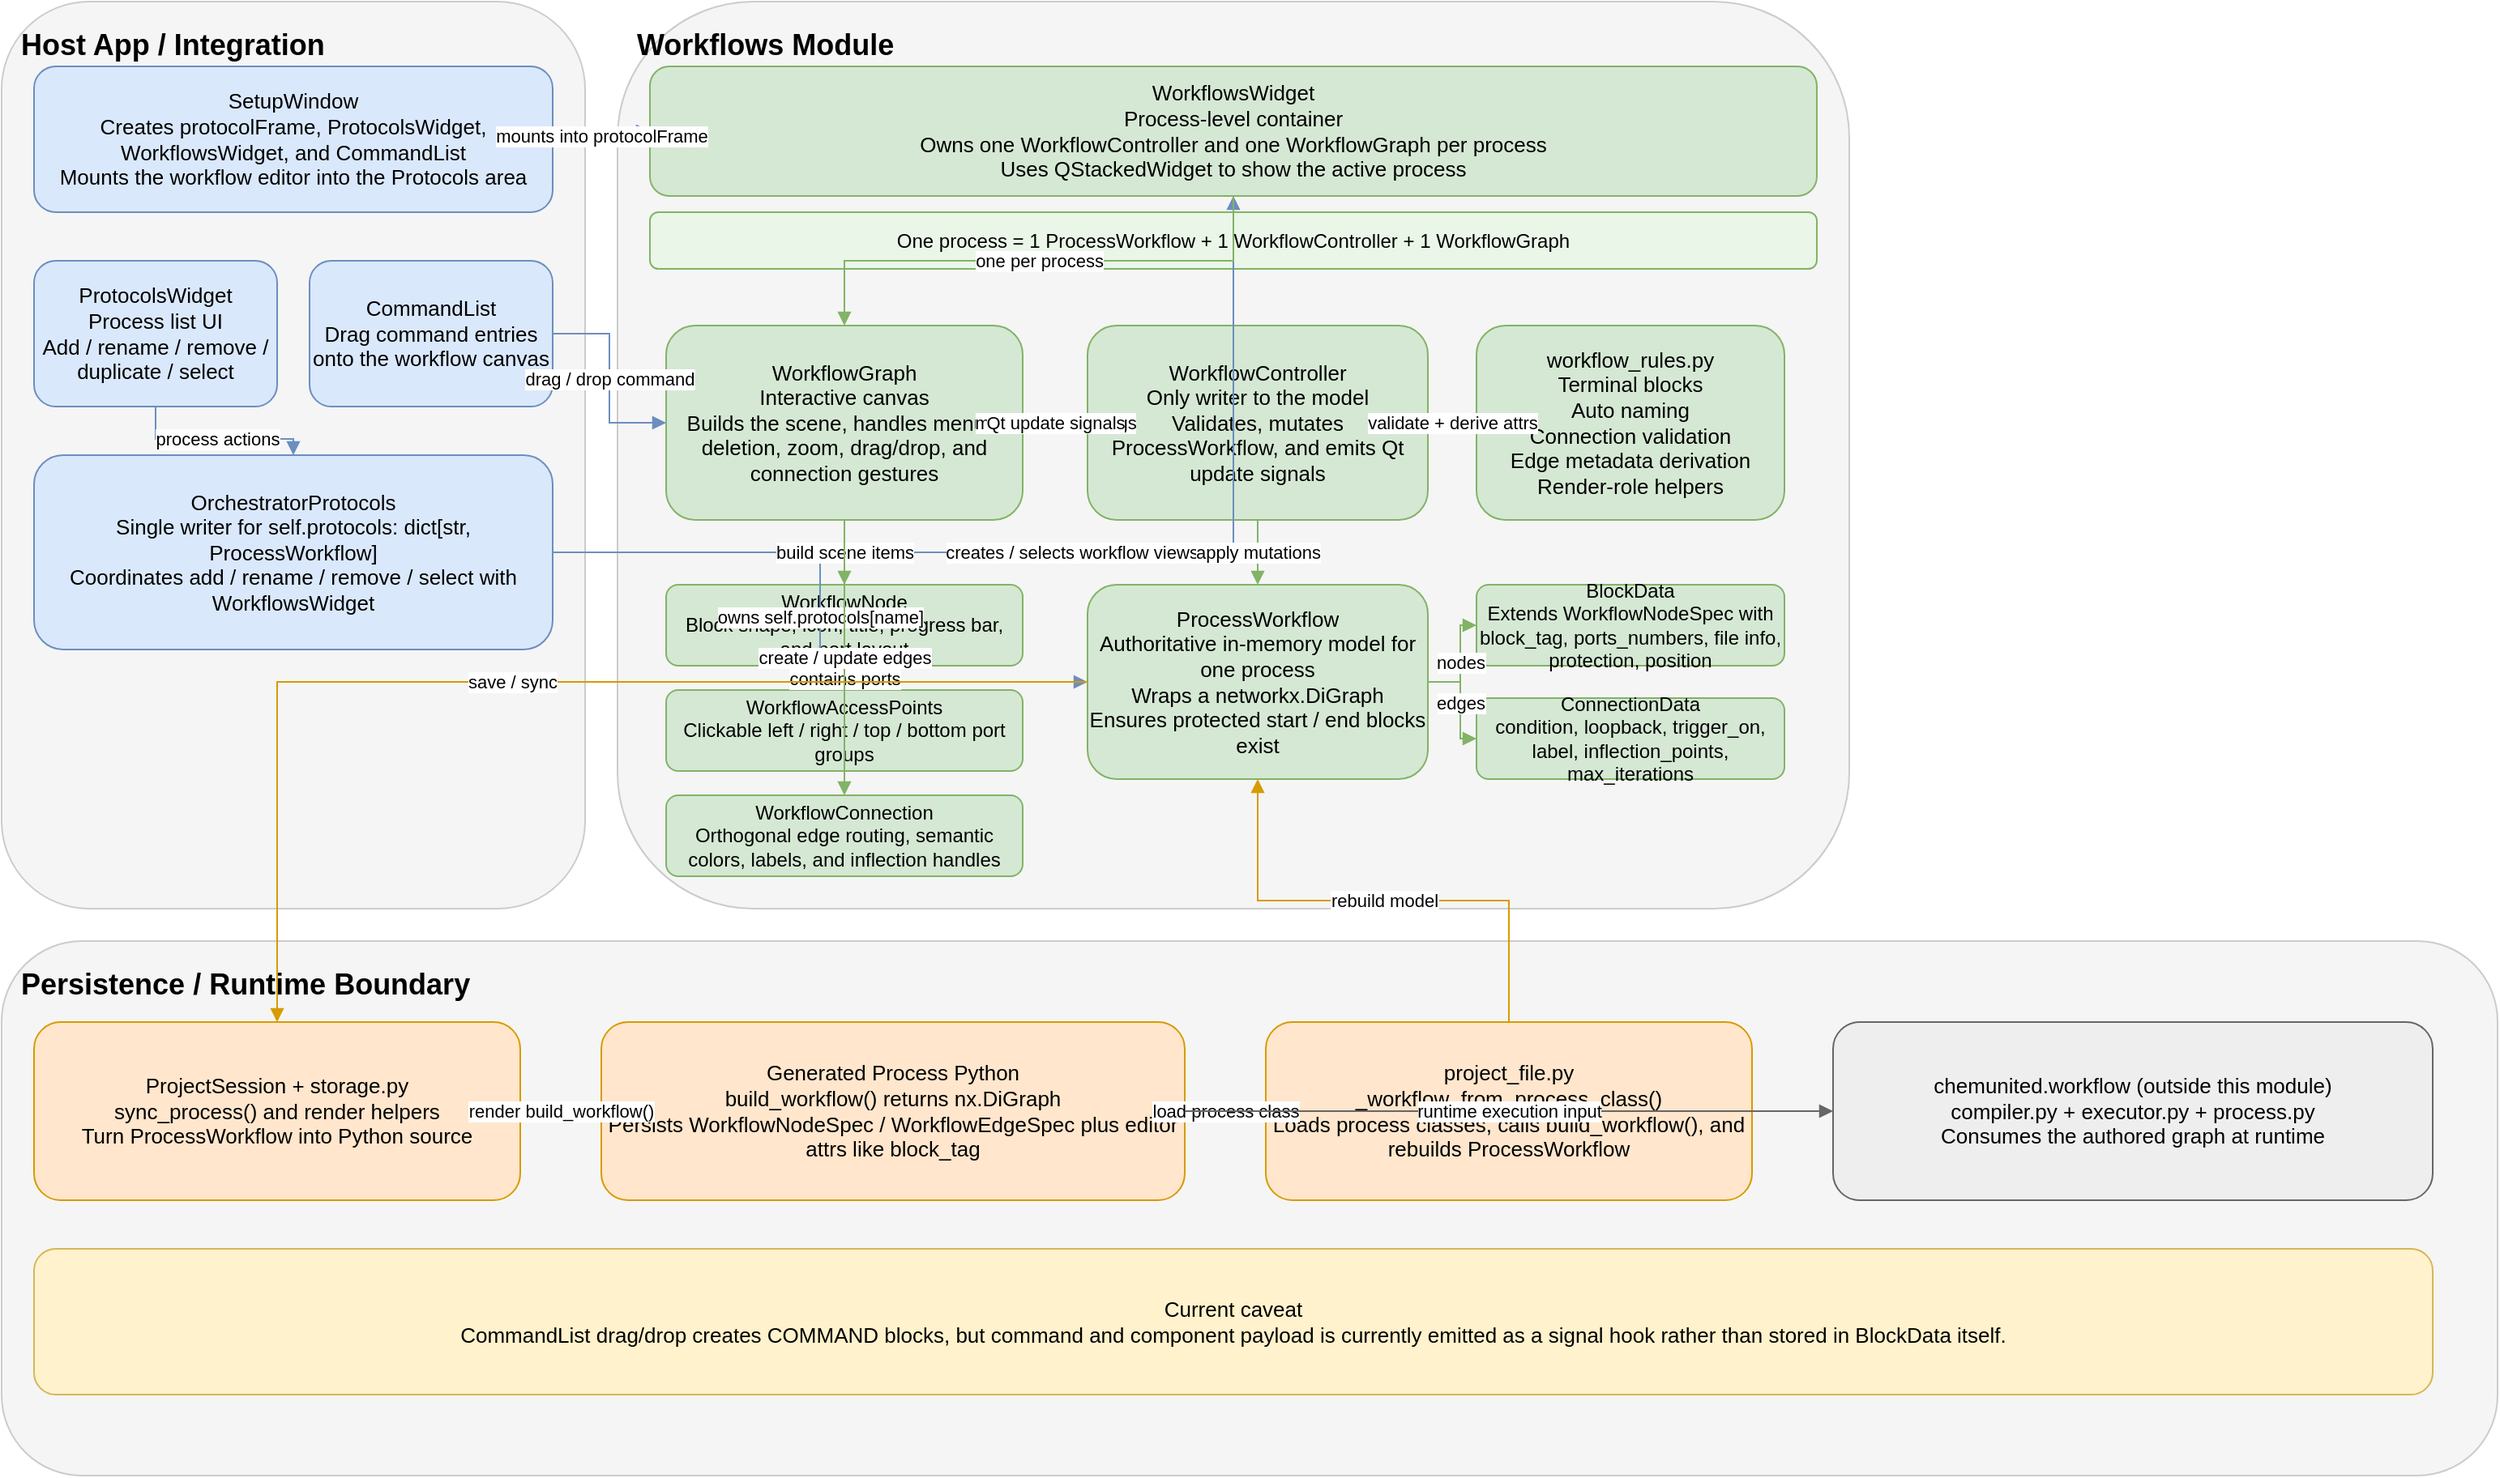
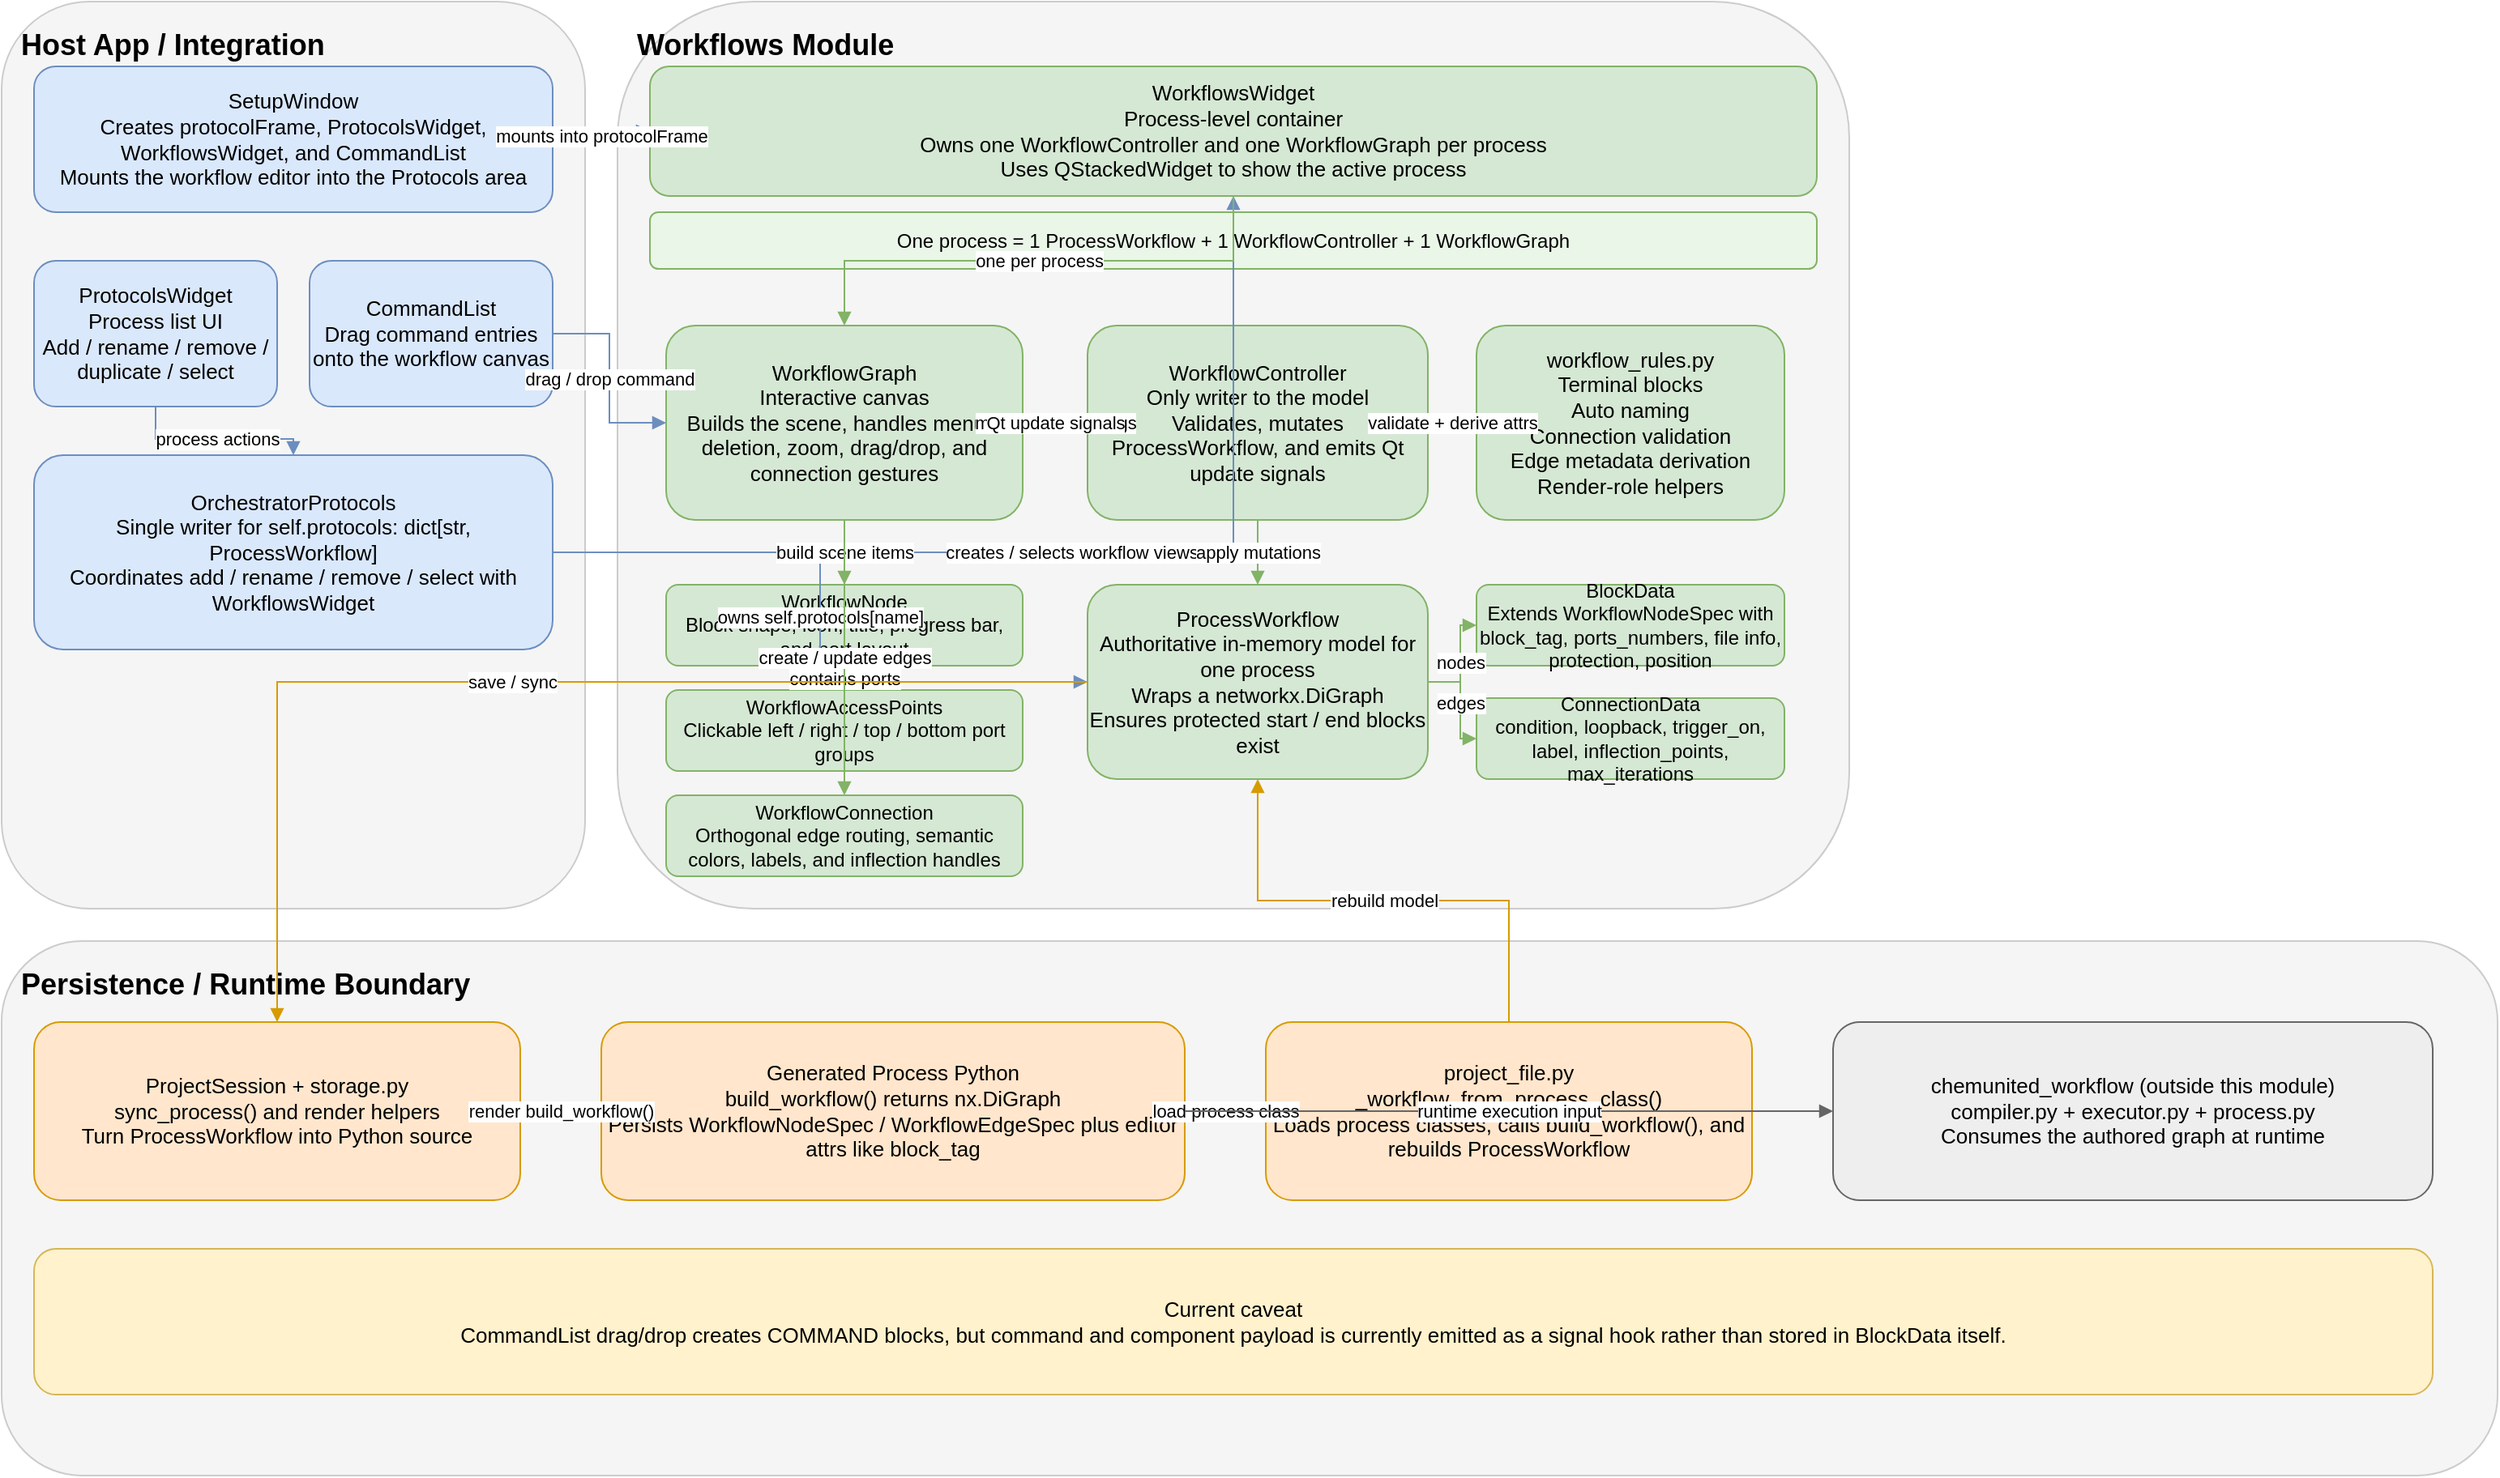
<mxfile host="app.diagrams.net" modified="2026-04-23T12:00:00.000Z" agent="Codex" version="24.7.17">
  <diagram id="workflow-architecture" name="Workflow Architecture">
    <mxGraphModel dx="1600" dy="1000" grid="1" gridSize="10" guides="1" tooltips="1" connect="1" arrows="1" fold="1" page="1" pageScale="1" pageWidth="1600" pageHeight="1000" math="0" shadow="0">
      <root>
        <mxCell id="0" />
        <mxCell id="1" parent="0" />

        <mxCell id="10" value="Host App / Integration" style="rounded=1;whiteSpace=wrap;html=1;fillColor=#f5f5f5;strokeColor=#cccccc;fontStyle=1;fontSize=18;align=left;verticalAlign=top;spacing=12;" vertex="1" parent="1">
          <mxGeometry x="20" y="20" width="360" height="560" as="geometry" />
        </mxCell>
        <mxCell id="11" value="SetupWindow&#xa;Creates protocolFrame, ProtocolsWidget, WorkflowsWidget, and CommandList&#xa;Mounts the workflow editor into the Protocols area" style="rounded=1;whiteSpace=wrap;html=1;fillColor=#dae8fc;strokeColor=#6c8ebf;fontSize=13;" vertex="1" parent="1">
          <mxGeometry x="40" y="60" width="320" height="90" as="geometry" />
        </mxCell>
        <mxCell id="12" value="ProtocolsWidget&#xa;Process list UI&#xa;Add / rename / remove / duplicate / select" style="rounded=1;whiteSpace=wrap;html=1;fillColor=#dae8fc;strokeColor=#6c8ebf;fontSize=13;" vertex="1" parent="1">
          <mxGeometry x="40" y="180" width="150" height="90" as="geometry" />
        </mxCell>
        <mxCell id="13" value="CommandList&#xa;Drag command entries onto the workflow canvas" style="rounded=1;whiteSpace=wrap;html=1;fillColor=#dae8fc;strokeColor=#6c8ebf;fontSize=13;" vertex="1" parent="1">
          <mxGeometry x="210" y="180" width="150" height="90" as="geometry" />
        </mxCell>
        <mxCell id="14" value="OrchestratorProtocols&#xa;Single writer for self.protocols: dict[str, ProcessWorkflow]&#xa;Coordinates add / rename / remove / select with WorkflowsWidget" style="rounded=1;whiteSpace=wrap;html=1;fillColor=#dae8fc;strokeColor=#6c8ebf;fontSize=13;" vertex="1" parent="1">
          <mxGeometry x="40" y="300" width="320" height="120" as="geometry" />
        </mxCell>

        <mxCell id="20" value="Workflows Module" style="rounded=1;whiteSpace=wrap;html=1;fillColor=#f5f5f5;strokeColor=#cccccc;fontStyle=1;fontSize=18;align=left;verticalAlign=top;spacing=12;" vertex="1" parent="1">
          <mxGeometry x="400" y="20" width="760" height="560" as="geometry" />
        </mxCell>
        <mxCell id="21" value="WorkflowsWidget&#xa;Process-level container&#xa;Owns one WorkflowController and one WorkflowGraph per process&#xa;Uses QStackedWidget to show the active process" style="rounded=1;whiteSpace=wrap;html=1;fillColor=#d5e8d4;strokeColor=#82b366;fontSize=13;" vertex="1" parent="1">
          <mxGeometry x="420" y="60" width="720" height="80" as="geometry" />
        </mxCell>
        <mxCell id="31" value="One process = 1 ProcessWorkflow + 1 WorkflowController + 1 WorkflowGraph" style="rounded=1;whiteSpace=wrap;html=1;fillColor=#eaf6e8;strokeColor=#82b366;fontSize=12;" vertex="1" parent="1">
          <mxGeometry x="420" y="150" width="720" height="35" as="geometry" />
        </mxCell>
        <mxCell id="22" value="WorkflowGraph&#xa;Interactive canvas&#xa;Builds the scene, handles menus, deletion, zoom, drag/drop, and connection gestures" style="rounded=1;whiteSpace=wrap;html=1;fillColor=#d5e8d4;strokeColor=#82b366;fontSize=13;" vertex="1" parent="1">
          <mxGeometry x="430" y="220" width="220" height="120" as="geometry" />
        </mxCell>
        <mxCell id="23" value="WorkflowController&#xa;Only writer to the model&#xa;Validates, mutates ProcessWorkflow, and emits Qt update signals" style="rounded=1;whiteSpace=wrap;html=1;fillColor=#d5e8d4;strokeColor=#82b366;fontSize=13;" vertex="1" parent="1">
          <mxGeometry x="690" y="220" width="210" height="120" as="geometry" />
        </mxCell>
        <mxCell id="24" value="workflow_rules.py&#xa;Terminal blocks&#xa;Auto naming&#xa;Connection validation&#xa;Edge metadata derivation&#xa;Render-role helpers" style="rounded=1;whiteSpace=wrap;html=1;fillColor=#d5e8d4;strokeColor=#82b366;fontSize=13;" vertex="1" parent="1">
          <mxGeometry x="930" y="220" width="190" height="120" as="geometry" />
        </mxCell>
        <mxCell id="25" value="ProcessWorkflow&#xa;Authoritative in-memory model for one process&#xa;Wraps a networkx.DiGraph&#xa;Ensures protected start / end blocks exist" style="rounded=1;whiteSpace=wrap;html=1;fillColor=#d5e8d4;strokeColor=#82b366;fontSize=13;" vertex="1" parent="1">
          <mxGeometry x="690" y="380" width="210" height="120" as="geometry" />
        </mxCell>
        <mxCell id="26" value="BlockData&#xa;Extends WorkflowNodeSpec with block_tag, ports_numbers, file info, protection, position" style="rounded=1;whiteSpace=wrap;html=1;fillColor=#d5e8d4;strokeColor=#82b366;fontSize=12;" vertex="1" parent="1">
          <mxGeometry x="930" y="380" width="190" height="50" as="geometry" />
        </mxCell>
        <mxCell id="27" value="ConnectionData&#xa;condition, loopback, trigger_on, label, inflection_points, max_iterations" style="rounded=1;whiteSpace=wrap;html=1;fillColor=#d5e8d4;strokeColor=#82b366;fontSize=12;" vertex="1" parent="1">
          <mxGeometry x="930" y="450" width="190" height="50" as="geometry" />
        </mxCell>
        <mxCell id="28" value="WorkflowNode&#xa;Block shape, icon, title, progress bar, and port layout" style="rounded=1;whiteSpace=wrap;html=1;fillColor=#d5e8d4;strokeColor=#82b366;fontSize=12;" vertex="1" parent="1">
          <mxGeometry x="430" y="380" width="220" height="50" as="geometry" />
        </mxCell>
        <mxCell id="29" value="WorkflowAccessPoints&#xa;Clickable left / right / top / bottom port groups" style="rounded=1;whiteSpace=wrap;html=1;fillColor=#d5e8d4;strokeColor=#82b366;fontSize=12;" vertex="1" parent="1">
          <mxGeometry x="430" y="445" width="220" height="50" as="geometry" />
        </mxCell>
        <mxCell id="30" value="WorkflowConnection&#xa;Orthogonal edge routing, semantic colors, labels, and inflection handles" style="rounded=1;whiteSpace=wrap;html=1;fillColor=#d5e8d4;strokeColor=#82b366;fontSize=12;" vertex="1" parent="1">
          <mxGeometry x="430" y="510" width="220" height="50" as="geometry" />
        </mxCell>

        <mxCell id="40" value="Persistence / Runtime Boundary" style="rounded=1;whiteSpace=wrap;html=1;fillColor=#f5f5f5;strokeColor=#cccccc;fontStyle=1;fontSize=18;align=left;verticalAlign=top;spacing=12;" vertex="1" parent="1">
          <mxGeometry x="20" y="600" width="1540" height="330" as="geometry" />
        </mxCell>
        <mxCell id="41" value="ProjectSession + storage.py&#xa;sync_process() and render helpers&#xa;Turn ProcessWorkflow into Python source" style="rounded=1;whiteSpace=wrap;html=1;fillColor=#ffe6cc;strokeColor=#d79b00;fontSize=13;" vertex="1" parent="1">
          <mxGeometry x="40" y="650" width="300" height="110" as="geometry" />
        </mxCell>
        <mxCell id="42" value="Generated Process Python&#xa;build_workflow() returns nx.DiGraph&#xa;Persists WorkflowNodeSpec / WorkflowEdgeSpec plus editor attrs like block_tag" style="rounded=1;whiteSpace=wrap;html=1;fillColor=#ffe6cc;strokeColor=#d79b00;fontSize=13;" vertex="1" parent="1">
          <mxGeometry x="390" y="650" width="360" height="110" as="geometry" />
        </mxCell>
        <mxCell id="43" value="project_file.py&#xa;_workflow_from_process_class()&#xa;Loads process classes, calls build_workflow(), and rebuilds ProcessWorkflow" style="rounded=1;whiteSpace=wrap;html=1;fillColor=#ffe6cc;strokeColor=#d79b00;fontSize=13;" vertex="1" parent="1">
          <mxGeometry x="800" y="650" width="300" height="110" as="geometry" />
        </mxCell>
-         <mxCell id="44" value="chemunited.workflow (outside this module)&#xa;compiler.py + executor.py + process.py&#xa;Consumes the authored graph at runtime" style="rounded=1;whiteSpace=wrap;html=1;fillColor=#eeeeee;strokeColor=#666666;fontSize=13;" vertex="1" parent="1">
+         <mxCell id="44" value="chemunited_workflow (outside this module)&#xa;compiler.py + executor.py + process.py&#xa;Consumes the authored graph at runtime" style="rounded=1;whiteSpace=wrap;html=1;fillColor=#eeeeee;strokeColor=#666666;fontSize=13;" vertex="1" parent="1">
          <mxGeometry x="1150" y="650" width="370" height="110" as="geometry" />
        </mxCell>
        <mxCell id="45" value="Current caveat&#xa;CommandList drag/drop creates COMMAND blocks, but command and component payload is currently emitted as a signal hook rather than stored in BlockData itself." style="rounded=1;whiteSpace=wrap;html=1;fillColor=#fff2cc;strokeColor=#d6b656;fontSize=13;" vertex="1" parent="1">
          <mxGeometry x="40" y="790" width="1480" height="90" as="geometry" />
        </mxCell>

        <mxCell id="100" value="mounts into protocolFrame" style="edgeStyle=orthogonalEdgeStyle;rounded=0;orthogonalLoop=1;jettySize=auto;html=1;endArrow=block;endFill=1;strokeColor=#6c8ebf;fontSize=11;" edge="1" parent="1" source="11" target="21">
          <mxGeometry relative="1" as="geometry" />
        </mxCell>
        <mxCell id="101" value="process actions" style="edgeStyle=orthogonalEdgeStyle;rounded=0;orthogonalLoop=1;jettySize=auto;html=1;endArrow=block;endFill=1;strokeColor=#6c8ebf;fontSize=11;" edge="1" parent="1" source="12" target="14">
          <mxGeometry relative="1" as="geometry" />
        </mxCell>
        <mxCell id="102" value="creates / selects workflow views" style="edgeStyle=orthogonalEdgeStyle;rounded=0;orthogonalLoop=1;jettySize=auto;html=1;endArrow=block;endFill=1;strokeColor=#6c8ebf;fontSize=11;" edge="1" parent="1" source="14" target="21">
          <mxGeometry relative="1" as="geometry" />
        </mxCell>
        <mxCell id="103" value="owns self.protocols[name]" style="edgeStyle=orthogonalEdgeStyle;rounded=0;orthogonalLoop=1;jettySize=auto;html=1;endArrow=block;endFill=1;strokeColor=#6c8ebf;fontSize=11;" edge="1" parent="1" source="14" target="25">
          <mxGeometry relative="1" as="geometry" />
        </mxCell>
        <mxCell id="104" value="drag / drop command" style="edgeStyle=orthogonalEdgeStyle;rounded=0;orthogonalLoop=1;jettySize=auto;html=1;endArrow=block;endFill=1;strokeColor=#6c8ebf;fontSize=11;" edge="1" parent="1" source="13" target="22">
          <mxGeometry relative="1" as="geometry" />
        </mxCell>

        <mxCell id="110" value="one per process" style="edgeStyle=orthogonalEdgeStyle;rounded=0;orthogonalLoop=1;jettySize=auto;html=1;endArrow=block;endFill=1;strokeColor=#82b366;fontSize=11;" edge="1" parent="1" source="21" target="22">
          <mxGeometry relative="1" as="geometry" />
        </mxCell>
        <mxCell id="111" value="menus, clicks, drags" style="edgeStyle=orthogonalEdgeStyle;rounded=0;orthogonalLoop=1;jettySize=auto;html=1;endArrow=block;endFill=1;strokeColor=#82b366;fontSize=11;" edge="1" parent="1" source="22" target="23">
          <mxGeometry relative="1" as="geometry" />
        </mxCell>
        <mxCell id="112" value="validate + derive attrs" style="edgeStyle=orthogonalEdgeStyle;rounded=0;orthogonalLoop=1;jettySize=auto;html=1;endArrow=block;endFill=1;strokeColor=#82b366;fontSize=11;" edge="1" parent="1" source="23" target="24">
          <mxGeometry relative="1" as="geometry" />
        </mxCell>
        <mxCell id="113" value="apply mutations" style="edgeStyle=orthogonalEdgeStyle;rounded=0;orthogonalLoop=1;jettySize=auto;html=1;endArrow=block;endFill=1;strokeColor=#82b366;fontSize=11;" edge="1" parent="1" source="23" target="25">
          <mxGeometry relative="1" as="geometry" />
        </mxCell>
        <mxCell id="114" value="Qt update signals" style="edgeStyle=orthogonalEdgeStyle;rounded=0;orthogonalLoop=1;jettySize=auto;html=1;endArrow=block;endFill=1;strokeColor=#82b366;fontSize=11;dashed=1;" edge="1" parent="1" source="23" target="22">
          <mxGeometry relative="1" as="geometry" />
        </mxCell>
        <mxCell id="115" value="build scene items" style="edgeStyle=orthogonalEdgeStyle;rounded=0;orthogonalLoop=1;jettySize=auto;html=1;endArrow=block;endFill=1;strokeColor=#82b366;fontSize=11;" edge="1" parent="1" source="22" target="28">
          <mxGeometry relative="1" as="geometry" />
        </mxCell>
        <mxCell id="116" value="contains ports" style="edgeStyle=orthogonalEdgeStyle;rounded=0;orthogonalLoop=1;jettySize=auto;html=1;endArrow=block;endFill=1;strokeColor=#82b366;fontSize=11;" edge="1" parent="1" source="28" target="29">
          <mxGeometry relative="1" as="geometry" />
        </mxCell>
        <mxCell id="117" value="create / update edges" style="edgeStyle=orthogonalEdgeStyle;rounded=0;orthogonalLoop=1;jettySize=auto;html=1;endArrow=block;endFill=1;strokeColor=#82b366;fontSize=11;" edge="1" parent="1" source="22" target="30">
          <mxGeometry relative="1" as="geometry" />
        </mxCell>
        <mxCell id="118" value="nodes" style="edgeStyle=orthogonalEdgeStyle;rounded=0;orthogonalLoop=1;jettySize=auto;html=1;endArrow=block;endFill=1;strokeColor=#82b366;fontSize=11;" edge="1" parent="1" source="25" target="26">
          <mxGeometry relative="1" as="geometry" />
        </mxCell>
        <mxCell id="119" value="edges" style="edgeStyle=orthogonalEdgeStyle;rounded=0;orthogonalLoop=1;jettySize=auto;html=1;endArrow=block;endFill=1;strokeColor=#82b366;fontSize=11;" edge="1" parent="1" source="25" target="27">
          <mxGeometry relative="1" as="geometry" />
        </mxCell>

        <mxCell id="120" value="save / sync" style="edgeStyle=orthogonalEdgeStyle;rounded=0;orthogonalLoop=1;jettySize=auto;html=1;endArrow=block;endFill=1;strokeColor=#d79b00;fontSize=11;" edge="1" parent="1" source="25" target="41">
          <mxGeometry relative="1" as="geometry" />
        </mxCell>
        <mxCell id="121" value="render build_workflow()" style="edgeStyle=orthogonalEdgeStyle;rounded=0;orthogonalLoop=1;jettySize=auto;html=1;endArrow=block;endFill=1;strokeColor=#d79b00;fontSize=11;" edge="1" parent="1" source="41" target="42">
          <mxGeometry relative="1" as="geometry" />
        </mxCell>
        <mxCell id="122" value="load process class" style="edgeStyle=orthogonalEdgeStyle;rounded=0;orthogonalLoop=1;jettySize=auto;html=1;endArrow=block;endFill=1;strokeColor=#d79b00;fontSize=11;" edge="1" parent="1" source="42" target="43">
          <mxGeometry relative="1" as="geometry" />
        </mxCell>
        <mxCell id="123" value="rebuild model" style="edgeStyle=orthogonalEdgeStyle;rounded=0;orthogonalLoop=1;jettySize=auto;html=1;endArrow=block;endFill=1;strokeColor=#d79b00;fontSize=11;" edge="1" parent="1" source="43" target="25">
          <mxGeometry relative="1" as="geometry" />
        </mxCell>
        <mxCell id="124" value="runtime execution input" style="edgeStyle=orthogonalEdgeStyle;rounded=0;orthogonalLoop=1;jettySize=auto;html=1;endArrow=block;endFill=1;strokeColor=#666666;fontSize=11;" edge="1" parent="1" source="42" target="44">
          <mxGeometry relative="1" as="geometry" />
        </mxCell>
      </root>
    </mxGraphModel>
  </diagram>
</mxfile>
